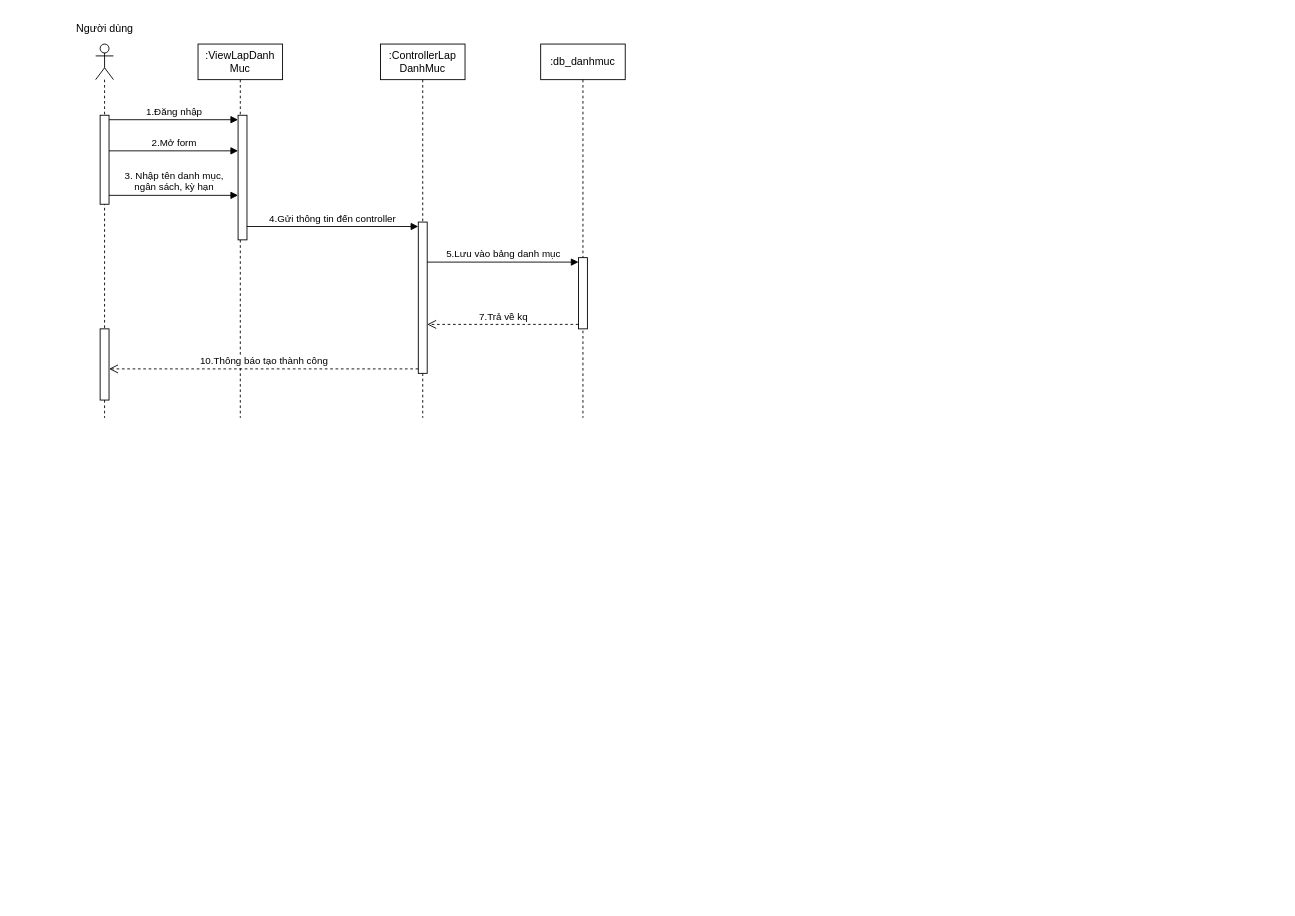
Above: SequenceDiagram030525.drawio in huyga1185/quanLyKTX_22CT4 (draw.io), before the change. Source tidied: cells renumbered, new cells numbered last; positions are measured from the earlier drawing's top-left corner, leaving out a move shared by most shapes. Both pictures are drawn from the tidied source at 89%, with x=0, y=0 at pixel (64, 15).
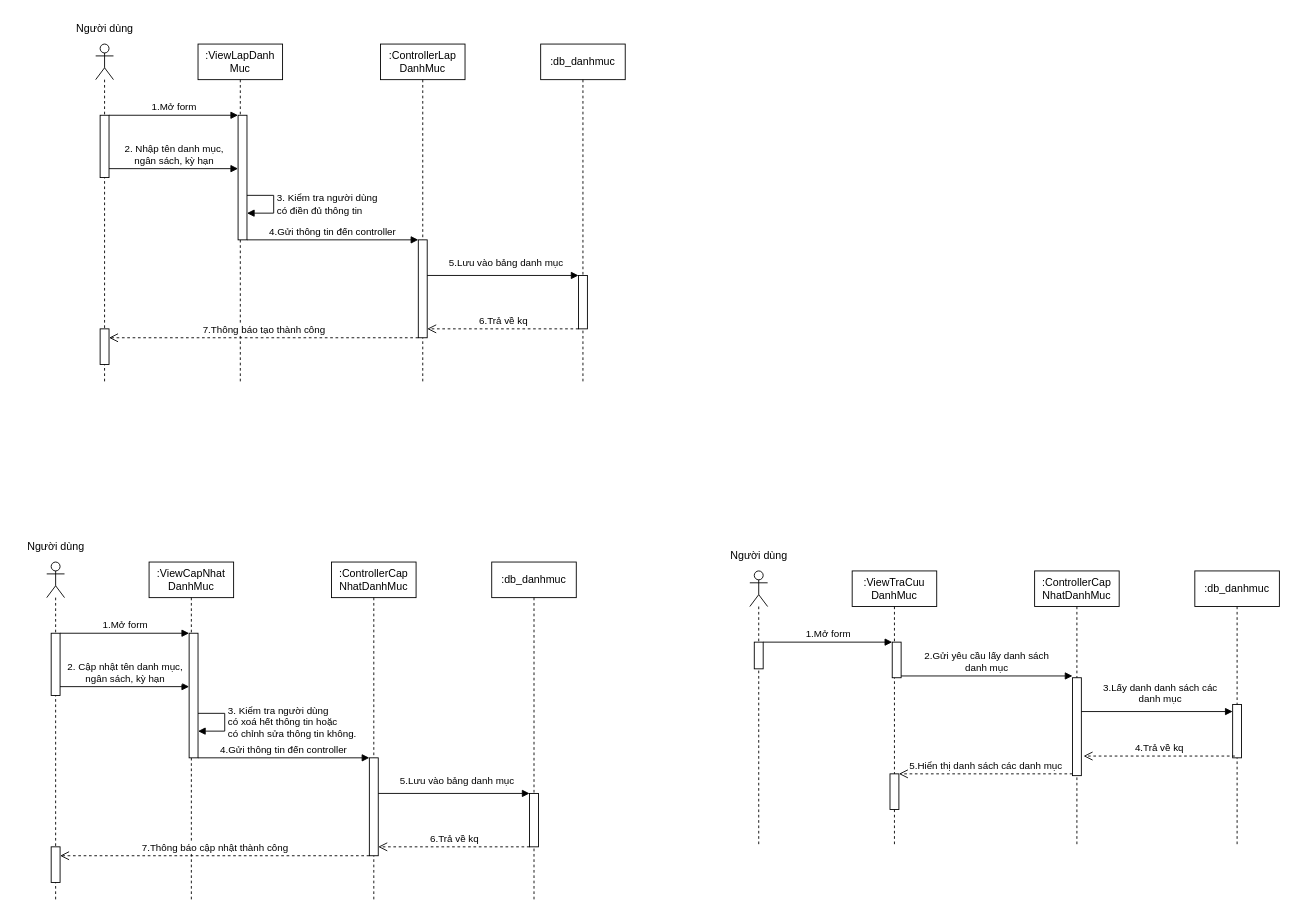
Above is the later version.

Unchanged cells that the change refers to:
```xml
<mxCell id="6" style="html=1;points=[[0,0,0,0,5],[0,1,0,0,-5],[1,0,0,0,5],[1,1,0,0,-5]];perimeter=orthogonalPerimeter;outlineConnect=0;targetShapes=umlLifeline;portConstraint=eastwest;newEdgeStyle={&quot;curved&quot;:0,&quot;rounded&quot;:0};" parent="5" vertex="1">
  <mxGeometry x="45" y="80" width="10" height="140" as="geometry" />
</mxCell>
```

Change to the diagram source:
```diff
@@
     <mxCell id="2" style="shape=umlLifeline;perimeter=lifelinePerimeter;whiteSpace=wrap;html=1;newEdgeStyle={&quot;curved&quot;:0,&quot;rounded&quot;:0};participant=umlActor;" parent="1" vertex="1">
-      <mxGeometry x="35" y="32" width="20" height="420" as="geometry" />
+      <mxGeometry x="35" y="32" width="20" height="380" as="geometry" />
     </mxCell>
     <mxCell id="3" style="html=1;points=[[0,0,0,0,5],[0,1,0,0,-5],[1,0,0,0,5],[1,1,0,0,-5]];perimeter=orthogonalPerimeter;outlineConnect=0;targetShapes=umlLifeline;portConstraint=eastwest;newEdgeStyle={&quot;curved&quot;:0,&quot;rounded&quot;:0};" parent="2" vertex="1">
-      <mxGeometry x="5" y="80" width="10" height="100" as="geometry" />
+      <mxGeometry x="5" y="80" width="10" height="70" as="geometry" />
     </mxCell>
     <mxCell id="4" style="html=1;points=[[0,0,0,0,5],[0,1,0,0,-5],[1,0,0,0,5],[1,1,0,0,-5]];perimeter=orthogonalPerimeter;outlineConnect=0;targetShapes=umlLifeline;portConstraint=eastwest;newEdgeStyle={&quot;curved&quot;:0,&quot;rounded&quot;:0};" parent="2" vertex="1">
-      <mxGeometry x="5" y="320" width="10" height="80" as="geometry" />
+      <mxGeometry x="5" y="320" width="10" height="40" as="geometry" />
     </mxCell>
     <mxCell id="5" value=":ViewLapDanh&lt;br&gt;Muc" style="shape=umlLifeline;perimeter=lifelinePerimeter;whiteSpace=wrap;html=1;newEdgeStyle={&quot;curved&quot;:0,&quot;rounded&quot;:0};" parent="1" vertex="1">
-      <mxGeometry x="150" y="32" width="95" height="420" as="geometry" />
+      <mxGeometry x="150" y="32" width="95" height="380" as="geometry" />
     </mxCell>
@@
     <mxCell id="7" value=":ControllerLap&lt;br&gt;DanhMuc" style="shape=umlLifeline;perimeter=lifelinePerimeter;whiteSpace=wrap;html=1;newEdgeStyle={&quot;curved&quot;:0,&quot;rounded&quot;:0};" parent="1" vertex="1">
-      <mxGeometry x="355" y="32" width="95" height="420" as="geometry" />
+      <mxGeometry x="355" y="32" width="95" height="380" as="geometry" />
     </mxCell>
     <mxCell id="8" style="html=1;points=[[0,0,0,0,5],[0,1,0,0,-5],[1,0,0,0,5],[1,1,0,0,-5]];perimeter=orthogonalPerimeter;outlineConnect=0;targetShapes=umlLifeline;portConstraint=eastwest;newEdgeStyle={&quot;curved&quot;:0,&quot;rounded&quot;:0};" parent="7" vertex="1">
-      <mxGeometry x="42.5" y="200" width="10" height="170" as="geometry" />
+      <mxGeometry x="42.5" y="220" width="10" height="110" as="geometry" />
     </mxCell>
     <mxCell id="9" value=":db_danhmuc" style="shape=umlLifeline;perimeter=lifelinePerimeter;whiteSpace=wrap;html=1;newEdgeStyle={&quot;curved&quot;:0,&quot;rounded&quot;:0};" parent="1" vertex="1">
-      <mxGeometry x="535" y="32" width="95" height="420" as="geometry" />
+      <mxGeometry x="535" y="32" width="95" height="380" as="geometry" />
     </mxCell>
     <mxCell id="10" style="html=1;points=[[0,0,0,0,5],[0,1,0,0,-5],[1,0,0,0,5],[1,1,0,0,-5]];perimeter=orthogonalPerimeter;outlineConnect=0;targetShapes=umlLifeline;portConstraint=eastwest;newEdgeStyle={&quot;curved&quot;:0,&quot;rounded&quot;:0};" parent="9" vertex="1">
-      <mxGeometry x="42.5" y="240" width="10" height="80" as="geometry" />
+      <mxGeometry x="42.5" y="260" width="10" height="60" as="geometry" />
     </mxCell>
-    <mxCell id="11" value="1.Đăng nhập" style="html=1;verticalAlign=bottom;endArrow=block;curved=0;rounded=0;entryX=0;entryY=0;entryDx=0;entryDy=5;" parent="1" edge="1" source="3" target="6">
-      <mxGeometry relative="1" as="geometry" />
-    </mxCell>
-    <mxCell id="12" value="2.Mở form" style="html=1;verticalAlign=bottom;endArrow=block;curved=0;rounded=0;" parent="1" edge="1" source="3">
+    <mxCell id="12" value="1.Mở form" style="html=1;verticalAlign=bottom;endArrow=block;curved=0;rounded=0;" parent="1" edge="1">
       <mxGeometry relative="1" as="geometry">
-        <mxPoint x="195" y="152" as="targetPoint" />
+        <mxPoint x="50" y="112" as="sourcePoint" />
+        <mxPoint x="195" y="112" as="targetPoint" />
       </mxGeometry>
     </mxCell>
-    <mxCell id="13" value="3. Nhập tên danh mục,&lt;div&gt;ngân sách, kỳ hạn&lt;/div&gt;" style="html=1;verticalAlign=bottom;endArrow=block;curved=0;rounded=0;" parent="1" edge="1">
+    <mxCell id="13" value="2. Nhập tên danh mục,&lt;div&gt;ngân sách, kỳ hạn&lt;/div&gt;" style="html=1;verticalAlign=bottom;endArrow=block;curved=0;rounded=0;" parent="1" edge="1">
       <mxGeometry relative="1" as="geometry">
-        <mxPoint x="50" y="202" as="sourcePoint" />
-        <mxPoint x="195" y="202" as="targetPoint" />
+        <mxPoint x="50" y="172" as="sourcePoint" />
+        <mxPoint x="195" y="172" as="targetPoint" />
       </mxGeometry>
     </mxCell>
-    <mxCell id="14" value="4.Gửi thông tin đến controller" style="html=1;verticalAlign=bottom;endArrow=block;curved=0;rounded=0;entryX=0;entryY=0;entryDx=0;entryDy=5;" parent="1" edge="1" source="6" target="8">
-      <mxGeometry relative="1" as="geometry" />
+    <mxCell id="14" value="4.Gửi thông tin đến controller" style="html=1;verticalAlign=bottom;endArrow=block;curved=0;rounded=0;entryX=0;entryY=0;entryDx=0;entryDy=5;" parent="1" edge="1">
+      <mxGeometry relative="1" as="geometry">
+        <mxPoint x="205" y="252" as="sourcePoint" />
+        <mxPoint x="397.5" y="252" as="targetPoint" />
+      </mxGeometry>
     </mxCell>
-    <mxCell id="15" value="5.Lưu vào bảng danh mục" style="html=1;verticalAlign=bottom;endArrow=block;curved=0;rounded=0;entryX=0;entryY=0;entryDx=0;entryDy=5;" parent="1" edge="1" source="8" target="10">
-      <mxGeometry relative="1" as="geometry" />
+    <mxCell id="15" value="5.Lưu vào bảng danh mục" style="html=1;verticalAlign=bottom;endArrow=block;curved=0;rounded=0;entryX=0;entryY=0;entryDx=0;entryDy=5;" parent="1" edge="1">
+      <mxGeometry x="0.03" y="5" relative="1" as="geometry">
+        <mxPoint x="407.5" y="292" as="sourcePoint" />
+        <mxPoint x="577.5" y="292" as="targetPoint" />
+      </mxGeometry>
     </mxCell>
-    <mxCell id="16" value="7.Trả về kq" style="html=1;verticalAlign=bottom;endArrow=open;dashed=1;endSize=8;curved=0;rounded=0;exitX=0;exitY=1;exitDx=0;exitDy=-5;" parent="1" edge="1" source="10" target="8">
-      <mxGeometry relative="1" as="geometry" />
+    <mxCell id="16" value="6.Trả về kq" style="html=1;verticalAlign=bottom;endArrow=open;dashed=1;endSize=8;curved=0;rounded=0;exitX=0;exitY=1;exitDx=0;exitDy=-5;" parent="1" edge="1">
+      <mxGeometry relative="1" as="geometry">
+        <mxPoint x="577.5" y="352" as="sourcePoint" />
+        <mxPoint x="407.5" y="352" as="targetPoint" />
+      </mxGeometry>
     </mxCell>
-    <mxCell id="17" value="10.Thông báo tạo thành công" style="html=1;verticalAlign=bottom;endArrow=open;dashed=1;endSize=8;curved=0;rounded=0;exitX=0;exitY=1;exitDx=0;exitDy=-5;" parent="1" edge="1" source="8" target="4">
-      <mxGeometry relative="1" as="geometry" />
+    <mxCell id="17" value="7.Thông báo tạo thành công" style="html=1;verticalAlign=bottom;endArrow=open;dashed=1;endSize=8;curved=0;rounded=0;exitX=0;exitY=1;exitDx=0;exitDy=-5;" parent="1" edge="1">
+      <mxGeometry relative="1" as="geometry">
+        <mxPoint x="397.5" y="362" as="sourcePoint" />
+        <mxPoint x="50" y="362" as="targetPoint" />
+      </mxGeometry>
     </mxCell>
@@
+    <mxCell id="19" value="3. Kiểm tra người dùng&lt;br&gt;có điền đủ thông tin" style="html=1;align=left;spacingLeft=2;endArrow=block;rounded=0;edgeStyle=orthogonalEdgeStyle;curved=0;rounded=0;" parent="1" edge="1">
+      <mxGeometry relative="1" as="geometry">
+        <mxPoint x="205" y="202" as="sourcePoint" />
+        <mxPoint x="205" y="222" as="targetPoint" />
+        <Array as="points">
+          <mxPoint x="235" y="202" />
+          <mxPoint x="235" y="222" />
+        </Array>
+      </mxGeometry>
+    </mxCell>
+    <mxCell id="20" style="shape=umlLifeline;perimeter=lifelinePerimeter;whiteSpace=wrap;html=1;newEdgeStyle={&quot;curved&quot;:0,&quot;rounded&quot;:0};participant=umlActor;" parent="1" vertex="1">
+      <mxGeometry x="-20" y="614" width="20" height="380" as="geometry" />
+    </mxCell>
+    <mxCell id="21" style="html=1;perimeter=orthogonalPerimeter;targetShapes=umlLifeline;newEdgeStyle={&quot;curved&quot;:0,&quot;rounded&quot;:0};" parent="20" vertex="1">
+      <mxGeometry x="5" y="80" width="10" height="70" as="geometry" />
+    </mxCell>
+    <mxCell id="22" style="html=1;perimeter=orthogonalPerimeter;targetShapes=umlLifeline;newEdgeStyle={&quot;curved&quot;:0,&quot;rounded&quot;:0};" parent="20" vertex="1">
+      <mxGeometry x="5" y="320" width="10" height="40" as="geometry" />
+    </mxCell>
+    <mxCell id="23" value=":ViewCapNhat&lt;br&gt;DanhMuc" style="shape=umlLifeline;perimeter=lifelinePerimeter;whiteSpace=wrap;html=1;newEdgeStyle={&quot;curved&quot;:0,&quot;rounded&quot;:0};" parent="1" vertex="1">
+      <mxGeometry x="95" y="614" width="95" height="380" as="geometry" />
+    </mxCell>
+    <mxCell id="24" style="html=1;perimeter=orthogonalPerimeter;targetShapes=umlLifeline;newEdgeStyle={&quot;curved&quot;:0,&quot;rounded&quot;:0};" parent="23" vertex="1">
+      <mxGeometry x="45" y="80" width="10" height="140" as="geometry" />
+    </mxCell>
+    <mxCell id="25" value=":ControllerCap&lt;br&gt;NhatDanhMuc" style="shape=umlLifeline;perimeter=lifelinePerimeter;whiteSpace=wrap;html=1;newEdgeStyle={&quot;curved&quot;:0,&quot;rounded&quot;:0};" parent="1" vertex="1">
+      <mxGeometry x="300" y="614" width="95" height="380" as="geometry" />
+    </mxCell>
+    <mxCell id="26" style="html=1;perimeter=orthogonalPerimeter;targetShapes=umlLifeline;newEdgeStyle={&quot;curved&quot;:0,&quot;rounded&quot;:0};" parent="25" vertex="1">
+      <mxGeometry x="42.5" y="220" width="10" height="110" as="geometry" />
+    </mxCell>
+    <mxCell id="27" value=":db_danhmuc" style="shape=umlLifeline;perimeter=lifelinePerimeter;whiteSpace=wrap;html=1;newEdgeStyle={&quot;curved&quot;:0,&quot;rounded&quot;:0};" parent="1" vertex="1">
+      <mxGeometry x="480" y="614" width="95" height="380" as="geometry" />
+    </mxCell>
+    <mxCell id="28" style="html=1;perimeter=orthogonalPerimeter;targetShapes=umlLifeline;newEdgeStyle={&quot;curved&quot;:0,&quot;rounded&quot;:0};" parent="27" vertex="1">
+      <mxGeometry x="42.5" y="260" width="10" height="60" as="geometry" />
+    </mxCell>
+    <mxCell id="29" value="1.Mở form" style="html=1;verticalAlign=bottom;endArrow=block;curved=0;rounded=0;" parent="1" edge="1">
+      <mxGeometry relative="1" as="geometry">
+        <mxPoint x="-5" y="694" as="sourcePoint" />
+        <mxPoint x="140" y="694" as="targetPoint" />
+      </mxGeometry>
+    </mxCell>
+    <mxCell id="30" value="2. Cập nhật tên danh mục,&lt;div&gt;ngân sách, kỳ hạn&lt;/div&gt;" style="html=1;verticalAlign=bottom;endArrow=block;curved=0;rounded=0;" parent="1" edge="1">
+      <mxGeometry relative="1" as="geometry">
+        <mxPoint x="-5" y="754" as="sourcePoint" />
+        <mxPoint x="140" y="754" as="targetPoint" />
+      </mxGeometry>
+    </mxCell>
+    <mxCell id="31" value="4.Gửi thông tin đến controller" style="html=1;verticalAlign=bottom;endArrow=block;curved=0;rounded=0;entryX=0;entryY=0;entryDx=0;entryDy=5;" parent="1" edge="1">
+      <mxGeometry relative="1" as="geometry">
+        <mxPoint x="150" y="834" as="sourcePoint" />
+        <mxPoint x="342.5" y="834" as="targetPoint" />
+      </mxGeometry>
+    </mxCell>
+    <mxCell id="32" value="5.Lưu vào bảng danh mục" style="html=1;verticalAlign=bottom;endArrow=block;curved=0;rounded=0;entryX=0;entryY=0;entryDx=0;entryDy=5;" parent="1" edge="1">
+      <mxGeometry x="0.03" y="5" relative="1" as="geometry">
+        <mxPoint x="352.5" y="874" as="sourcePoint" />
+        <mxPoint x="522.5" y="874" as="targetPoint" />
+      </mxGeometry>
+    </mxCell>
+    <mxCell id="33" value="6.Trả về kq" style="html=1;verticalAlign=bottom;endArrow=open;dashed=1;endSize=8;curved=0;rounded=0;exitX=0;exitY=1;exitDx=0;exitDy=-5;" parent="1" edge="1">
+      <mxGeometry relative="1" as="geometry">
+        <mxPoint x="522.5" y="934" as="sourcePoint" />
+        <mxPoint x="352.5" y="934" as="targetPoint" />
+      </mxGeometry>
+    </mxCell>
+    <mxCell id="34" value="7.Thông báo cập nhật thành công" style="html=1;verticalAlign=bottom;endArrow=open;dashed=1;endSize=8;curved=0;rounded=0;exitX=0;exitY=1;exitDx=0;exitDy=-5;" parent="1" edge="1">
+      <mxGeometry relative="1" as="geometry">
+        <mxPoint x="342.5" y="944" as="sourcePoint" />
+        <mxPoint x="-5" y="944" as="targetPoint" />
+      </mxGeometry>
+    </mxCell>
+    <mxCell id="35" value="Người dùng" style="text;html=1;align=center;verticalAlign=middle;strokeColor=none;fillColor=none;" parent="1" vertex="1">
+      <mxGeometry x="-55" y="582" width="90" height="30" as="geometry" />
+    </mxCell>
+    <mxCell id="36" value="3. Kiểm tra người dùng&lt;br&gt;có xoá hết thông tin hoặc&lt;br&gt;có chỉnh sửa thông tin không." style="html=1;align=left;spacingLeft=2;endArrow=block;rounded=0;edgeStyle=orthogonalEdgeStyle;curved=0;rounded=0;" parent="1" edge="1">
+      <mxGeometry relative="1" as="geometry">
+        <mxPoint x="150" y="784" as="sourcePoint" />
+        <mxPoint x="150" y="804" as="targetPoint" />
+        <Array as="points">
+          <mxPoint x="180" y="784" />
+          <mxPoint x="180" y="804" />
+        </Array>
+      </mxGeometry>
+    </mxCell>
+    <mxCell id="37" style="shape=umlLifeline;perimeter=lifelinePerimeter;whiteSpace=wrap;html=1;newEdgeStyle={&quot;curved&quot;:0,&quot;rounded&quot;:0};participant=umlActor;" parent="1" vertex="1">
+      <mxGeometry x="770" y="624" width="20" height="308" as="geometry" />
+    </mxCell>
+    <mxCell id="38" style="html=1;perimeter=orthogonalPerimeter;targetShapes=umlLifeline;newEdgeStyle={&quot;curved&quot;:0,&quot;rounded&quot;:0};" parent="37" vertex="1">
+      <mxGeometry x="5" y="80" width="10" height="30" as="geometry" />
+    </mxCell>
+    <mxCell id="39" value=":ViewTraCuu&lt;br&gt;DanhMuc" style="shape=umlLifeline;perimeter=lifelinePerimeter;whiteSpace=wrap;html=1;newEdgeStyle={&quot;curved&quot;:0,&quot;rounded&quot;:0};" parent="1" vertex="1">
+      <mxGeometry x="885" y="624" width="95" height="308" as="geometry" />
+    </mxCell>
+    <mxCell id="40" style="html=1;perimeter=orthogonalPerimeter;targetShapes=umlLifeline;newEdgeStyle={&quot;curved&quot;:0,&quot;rounded&quot;:0};" parent="39" vertex="1">
+      <mxGeometry x="45" y="80" width="10" height="40" as="geometry" />
+    </mxCell>
+    <mxCell id="41" style="html=1;points=[[0,0,0,0,5],[0,1,0,0,-5],[1,0,0,0,5],[1,1,0,0,-5]];perimeter=orthogonalPerimeter;outlineConnect=0;targetShapes=umlLifeline;portConstraint=eastwest;newEdgeStyle={&quot;curved&quot;:0,&quot;rounded&quot;:0};" parent="39" vertex="1">
+      <mxGeometry x="42.5" y="228" width="10" height="40" as="geometry" />
+    </mxCell>
+    <mxCell id="42" value=":ControllerCap&lt;br&gt;NhatDanhMuc" style="shape=umlLifeline;perimeter=lifelinePerimeter;whiteSpace=wrap;html=1;newEdgeStyle={&quot;curved&quot;:0,&quot;rounded&quot;:0};" parent="1" vertex="1">
+      <mxGeometry x="1090" y="624" width="95" height="308" as="geometry" />
+    </mxCell>
+    <mxCell id="43" style="html=1;perimeter=orthogonalPerimeter;targetShapes=umlLifeline;newEdgeStyle={&quot;curved&quot;:0,&quot;rounded&quot;:0};" parent="42" vertex="1">
+      <mxGeometry x="42.5" y="120" width="10" height="110" as="geometry" />
+    </mxCell>
+    <mxCell id="44" value=":db_danhmuc" style="shape=umlLifeline;perimeter=lifelinePerimeter;whiteSpace=wrap;html=1;newEdgeStyle={&quot;curved&quot;:0,&quot;rounded&quot;:0};" parent="1" vertex="1">
+      <mxGeometry x="1270" y="624" width="95" height="308" as="geometry" />
+    </mxCell>
+    <mxCell id="45" style="html=1;perimeter=orthogonalPerimeter;targetShapes=umlLifeline;newEdgeStyle={&quot;curved&quot;:0,&quot;rounded&quot;:0};" parent="44" vertex="1">
+      <mxGeometry x="42.5" y="150" width="10" height="60" as="geometry" />
+    </mxCell>
+    <mxCell id="46" value="1.Mở form" style="html=1;verticalAlign=bottom;endArrow=block;curved=0;rounded=0;" parent="1" edge="1">
+      <mxGeometry relative="1" as="geometry">
+        <mxPoint x="785" y="704" as="sourcePoint" />
+        <mxPoint x="930" y="704" as="targetPoint" />
+      </mxGeometry>
+    </mxCell>
+    <mxCell id="47" value="2.Gửi yêu cầu lấy danh sách&lt;br&gt;danh mục" style="html=1;verticalAlign=bottom;endArrow=block;curved=0;rounded=0;entryX=0;entryY=0;entryDx=0;entryDy=5;" parent="1" edge="1">
+      <mxGeometry relative="1" as="geometry">
+        <mxPoint x="940" y="742" as="sourcePoint" />
+        <mxPoint x="1132.5" y="742" as="targetPoint" />
+      </mxGeometry>
+    </mxCell>
+    <mxCell id="48" value="3.Lấy danh danh sách các&lt;br&gt;danh mục" style="html=1;verticalAlign=bottom;endArrow=block;curved=0;rounded=0;entryX=0;entryY=0;entryDx=0;entryDy=5;" parent="1" edge="1">
+      <mxGeometry x="0.03" y="5" relative="1" as="geometry">
+        <mxPoint x="1142.5" y="782" as="sourcePoint" />
+        <mxPoint x="1312.5" y="782" as="targetPoint" />
+      </mxGeometry>
+    </mxCell>
+    <mxCell id="49" value="4.Trả về kq" style="html=1;verticalAlign=bottom;endArrow=open;dashed=1;endSize=8;curved=0;rounded=0;exitX=0;exitY=1;exitDx=0;exitDy=-5;" parent="1" edge="1">
+      <mxGeometry relative="1" as="geometry">
+        <mxPoint x="1315" y="832" as="sourcePoint" />
+        <mxPoint x="1145" y="832" as="targetPoint" />
+      </mxGeometry>
+    </mxCell>
+    <mxCell id="50" value="5.Hiển thị danh sách các danh mục" style="html=1;verticalAlign=bottom;endArrow=open;dashed=1;endSize=8;curved=0;rounded=0;exitX=0;exitY=1;exitDx=0;exitDy=-5;" parent="1" edge="1" target="41">
+      <mxGeometry relative="1" as="geometry">
+        <mxPoint x="1132.5" y="852" as="sourcePoint" />
+      </mxGeometry>
+    </mxCell>
+    <mxCell id="51" value="Người dùng" style="text;html=1;align=center;verticalAlign=middle;strokeColor=none;fillColor=none;" parent="1" vertex="1">
+      <mxGeometry x="735" y="592" width="90" height="30" as="geometry" />
+    </mxCell>
```
